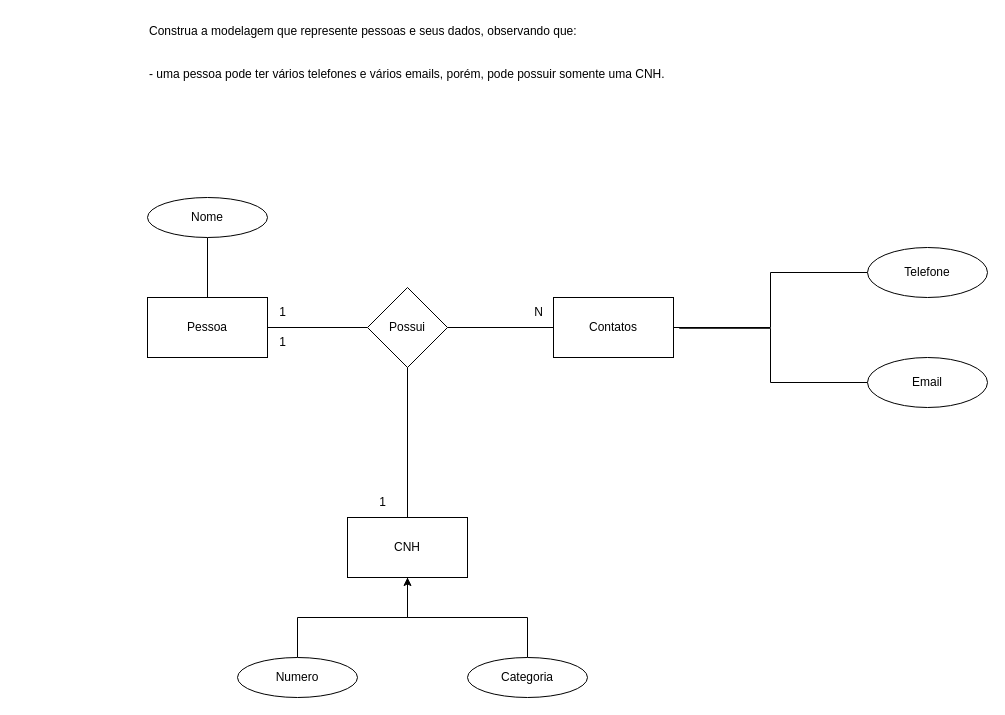
Earlier version of the draw.io diagram page "Página-2" (2 of 3) of Exercícios/Exercício 1.1/1.1Exercício.drawio (PedroFelix40/Exercicio-Senai-2S). Source tidied: cells renumbered, new cells numbered last; positions are measured from the earlier drawing's top-left corner, leaving out a move shared by most shapes. Both pictures are drawn from the tidied source at 100%, with x=0, y=0 at pixel (147, 17).
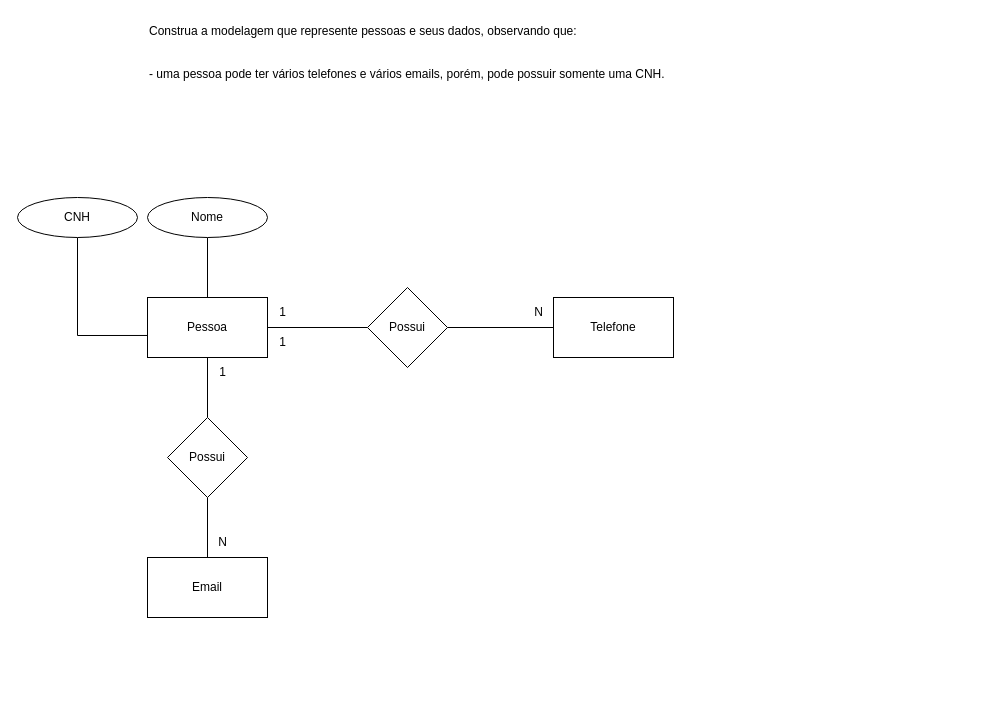
After the change.

The change refers to these unchanged cells:
```xml
<mxCell id="4" value="Pessoa" style="rounded=0;whiteSpace=wrap;html=1;" parent="1" vertex="1">
  <mxGeometry y="280" width="120" height="60" as="geometry" />
</mxCell>
<mxCell id="7" value="Possui" style="rhombus;whiteSpace=wrap;html=1;" parent="1" vertex="1">
  <mxGeometry x="220" y="270" width="80" height="80" as="geometry" />
</mxCell>
```

The edit, as a diff of the source:
```diff
@@
-    <mxCell id="5" value="Contatos" style="rounded=0;whiteSpace=wrap;html=1;" parent="1" vertex="1">
+    <mxCell id="5" value="Telefone" style="rounded=0;whiteSpace=wrap;html=1;" parent="1" vertex="1">
       <mxGeometry x="406" y="280" width="120" height="60" as="geometry" />
     </mxCell>
@@
-    <mxCell id="8" style="edgeStyle=orthogonalEdgeStyle;rounded=0;jettySize=auto;html=1;exitX=0;exitY=0.5;exitDx=0;exitDy=0;entryX=1;entryY=0.5;entryDx=0;entryDy=0;endArrow=none;endFill=0;" parent="1" edge="1" source="9" target="5">
-      <mxGeometry relative="1" as="geometry" />
-    </mxCell>
-    <mxCell id="9" value="Telefone" style="ellipse;whiteSpace=wrap;html=1;" parent="1" vertex="1">
-      <mxGeometry x="720" y="230" width="120" height="50" as="geometry" />
-    </mxCell>
-    <mxCell id="10" style="edgeStyle=orthogonalEdgeStyle;rounded=0;jettySize=auto;html=1;exitX=0;exitY=0.5;exitDx=0;exitDy=0;entryX=1.048;entryY=0.513;entryDx=0;entryDy=0;entryPerimeter=0;endArrow=none;endFill=0;" parent="1" edge="1" source="11" target="5">
-      <mxGeometry relative="1" as="geometry" />
-    </mxCell>
-    <mxCell id="11" value="Email" style="ellipse;whiteSpace=wrap;html=1;" parent="1" vertex="1">
-      <mxGeometry x="720" y="340" width="120" height="50" as="geometry" />
-    </mxCell>
@@
-    <mxCell id="14" style="edgeStyle=orthogonalEdgeStyle;rounded=0;jettySize=auto;html=1;exitX=0.5;exitY=0;exitDx=0;exitDy=0;entryX=0.5;entryY=1;entryDx=0;entryDy=0;endArrow=none;endFill=0;" parent="1" edge="1" source="15" target="7">
-      <mxGeometry relative="1" as="geometry" />
-    </mxCell>
-    <mxCell id="15" value="CNH" style="rounded=0;whiteSpace=wrap;html=1;" parent="1" vertex="1">
-      <mxGeometry x="200" y="500" width="120" height="60" as="geometry" />
-    </mxCell>
-    <mxCell id="16" value="1" style="text;html=1;align=center;verticalAlign=middle;strokeColor=none;fillColor=none;" parent="1" vertex="1">
-      <mxGeometry x="220" y="470" width="30" height="30" as="geometry" />
-    </mxCell>
@@
-    <mxCell id="19" style="edgeStyle=orthogonalEdgeStyle;rounded=0;jettySize=auto;html=1;exitX=0.5;exitY=0;exitDx=0;exitDy=0;entryX=0.5;entryY=1;entryDx=0;entryDy=0;endArrow=none;endFill=0;" parent="1" edge="1" source="20" target="15">
-      <mxGeometry relative="1" as="geometry" />
-    </mxCell>
+    <mxCell id="24" style="edgeStyle=orthogonalEdgeStyle;rounded=0;jettySize=auto;html=1;entryX=0.002;entryY=0.633;entryDx=0;entryDy=0;entryPerimeter=0;exitX=0.5;exitY=1;exitDx=0;exitDy=0;endArrow=none;endFill=0;" parent="1" edge="1" source="20" target="4">
+      <mxGeometry relative="1" as="geometry" />
+    </mxCell>
-    <mxCell id="20" value="Numero" style="ellipse;whiteSpace=wrap;html=1;" parent="1" vertex="1">
-      <mxGeometry x="90" y="640" width="120" height="40" as="geometry" />
+    <mxCell id="20" value="CNH" style="ellipse;whiteSpace=wrap;html=1;" parent="1" vertex="1">
+      <mxGeometry x="-130" y="180" width="120" height="40" as="geometry" />
     </mxCell>
-    <mxCell id="21" style="edgeStyle=orthogonalEdgeStyle;rounded=0;jettySize=auto;html=1;exitX=0.5;exitY=0;exitDx=0;exitDy=0;entryX=0.5;entryY=1;entryDx=0;entryDy=0;" parent="1" edge="1" source="22" target="15">
-      <mxGeometry relative="1" as="geometry" />
-    </mxCell>
-    <mxCell id="22" value="Categoria" style="ellipse;whiteSpace=wrap;html=1;" parent="1" vertex="1">
-      <mxGeometry x="320" y="640" width="120" height="40" as="geometry" />
-    </mxCell>
@@
+    <mxCell id="11" value="Email" style="rounded=0;whiteSpace=wrap;html=1;" parent="1" vertex="1">
+      <mxGeometry y="540" width="120" height="60" as="geometry" />
+    </mxCell>
+    <mxCell id="25" style="edgeStyle=orthogonalEdgeStyle;rounded=0;jettySize=auto;html=1;entryX=0.5;entryY=1;entryDx=0;entryDy=0;endArrow=none;endFill=0;" parent="1" edge="1" source="27" target="4">
+      <mxGeometry relative="1" as="geometry" />
+    </mxCell>
+    <mxCell id="26" style="edgeStyle=orthogonalEdgeStyle;rounded=0;jettySize=auto;html=1;exitX=0.5;exitY=1;exitDx=0;exitDy=0;entryX=0.5;entryY=0;entryDx=0;entryDy=0;endArrow=none;endFill=0;" parent="1" edge="1" source="27" target="11">
+      <mxGeometry relative="1" as="geometry" />
+    </mxCell>
+    <mxCell id="27" value="Possui" style="rhombus;whiteSpace=wrap;html=1;" parent="1" vertex="1">
+      <mxGeometry x="20" y="400" width="80" height="80" as="geometry" />
+    </mxCell>
+    <mxCell id="16" value="1" style="text;html=1;align=center;verticalAlign=middle;strokeColor=none;fillColor=none;" parent="1" vertex="1">
+      <mxGeometry x="60" y="340" width="30" height="30" as="geometry" />
+    </mxCell>
+    <mxCell id="28" value="N" style="text;html=1;align=center;verticalAlign=middle;strokeColor=none;fillColor=none;" parent="1" vertex="1">
+      <mxGeometry x="60" y="510" width="30" height="30" as="geometry" />
+    </mxCell>
```
